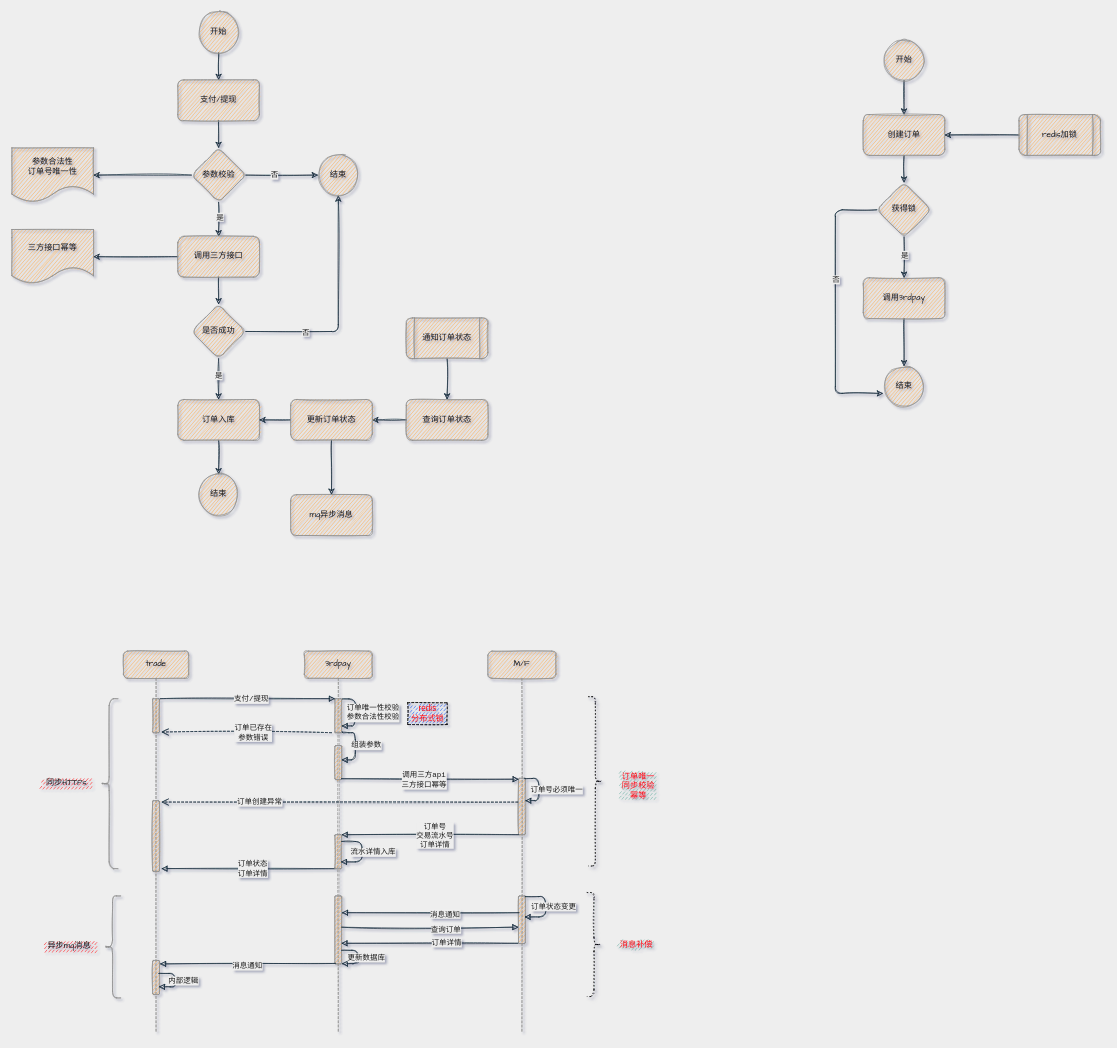
Above: page "支付/提现接口幂等方案" (4 of 4) of 支付流程.drawio in jarcn/pic (draw.io), before the change. Source tidied: cells renumbered, new cells numbered last; positions are measured from the earlier drawing's top-left corner, leaving out a move shared by most shapes. Both pictures are drawn from the tidied source at 68%, with x=0, y=0 at pixel (12, 12).
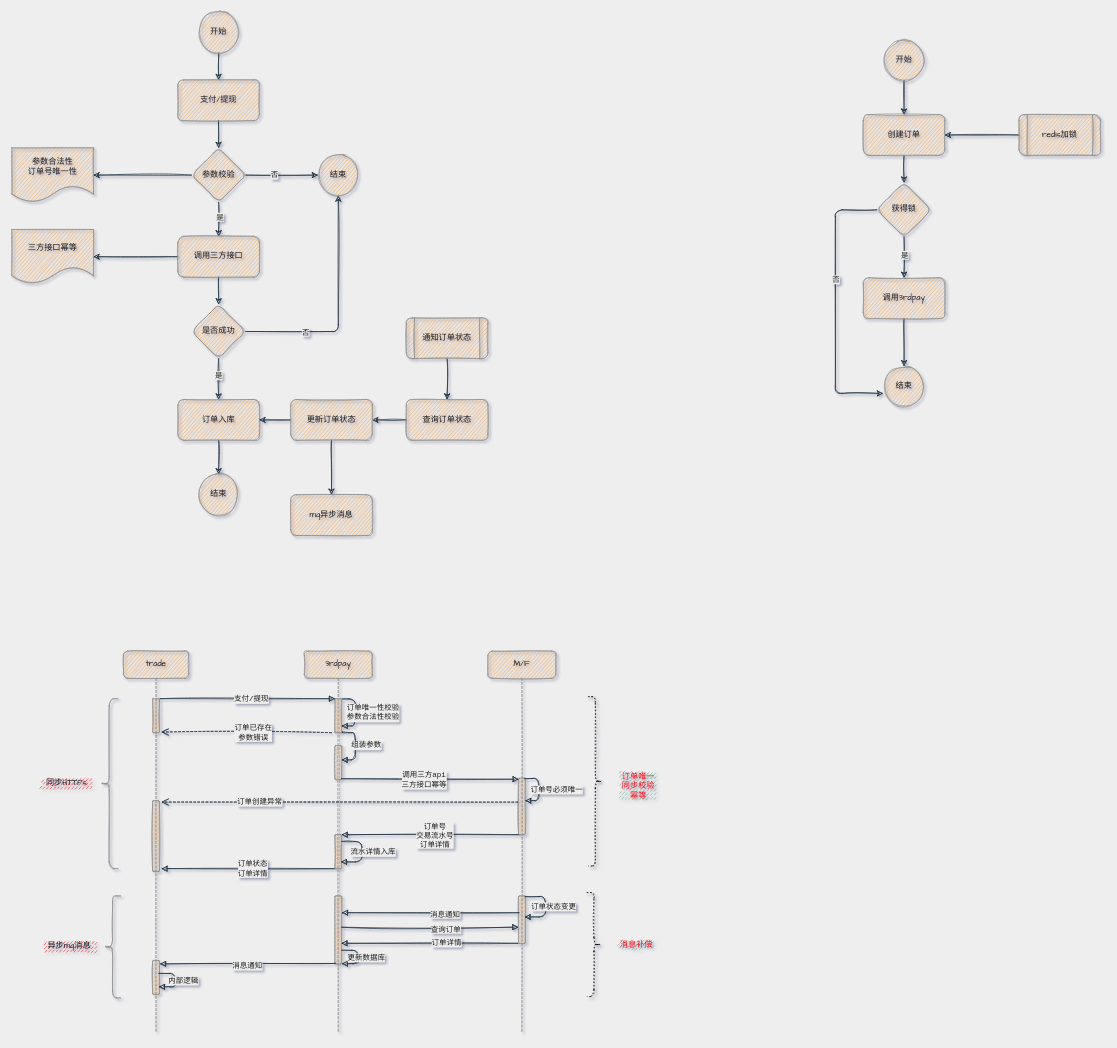
The same diagram, later.

Commit message:
更新支付流程.drawio

Diff of the diagram source:
```diff
@@
-    <mxCell id="97" value="redis&lt;br&gt;分布式锁" style="text;align=center;verticalAlign=middle;strokeColor=default;fillColor=#0050ef;fontColor=#FF0000;sketch=1;shadow=0;rounded=0;glass=0;labelBackgroundColor=none;labelBorderColor=none;html=1;dashed=1;fillStyle=dashed;" parent="1" vertex="1">
-      <mxGeometry x="582" y="1016" width="58" height="32" as="geometry" />
-    </mxCell>
```
